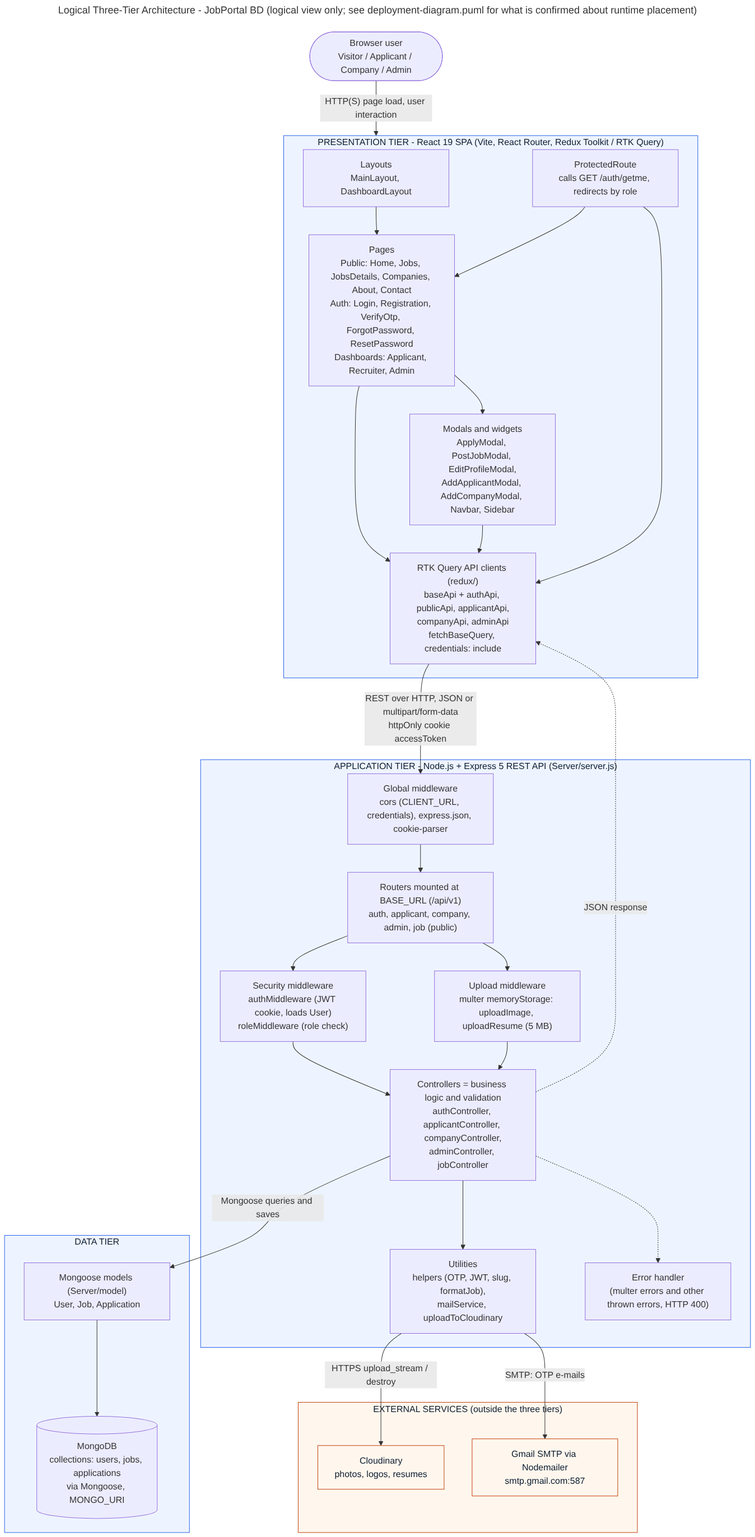
kaushikrajkamal-16/node-2601-exam keeps this Mermaid diagram as docs/diagrams/rendered/three-tier-architecture.png. Above is the earlier version. Its source is kept beside it as docs/diagrams/three-tier-architecture.mmd.
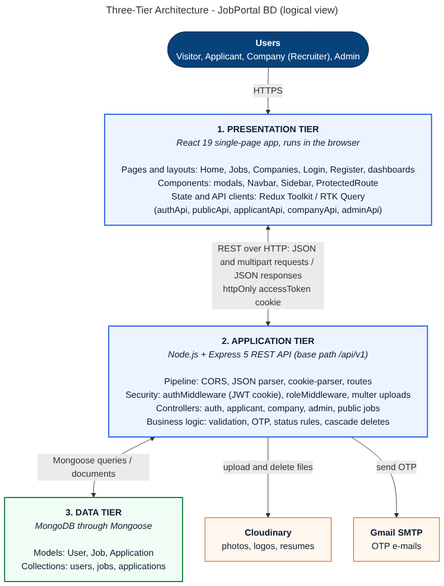
After the commit.

Commit message:
docs: redraw three-tier architecture as stacked tier blocks

Claude-Session: https://claude.ai/code/session_01LTCF9bNy6zYrqymk3HAyLm

The edit, as a diff of the source:
```diff
@@ -1,59 +1,30 @@
 ---
-title: "Logical Three-Tier Architecture - JobPortal BD (logical view only; see deployment-diagram.puml for what is confirmed about runtime placement)"
+title: "Three-Tier Architecture - JobPortal BD (logical view)"
 ---
+%%{init: {"flowchart": {"wrappingWidth": 560, "nodeSpacing": 40, "rankSpacing": 60}}}%%
 flowchart TB
-    user(["Browser user<br/>Visitor / Applicant / Company / Admin"])
+    user(["<b>Users</b><br/>Visitor, Applicant, Company (Recruiter), Admin"])
 
-    subgraph PT["PRESENTATION TIER - React 19 SPA (Vite, React Router, Redux Toolkit / RTK Query)"]
-        direction TB
-        layouts["Layouts<br/>MainLayout, DashboardLayout"]
-        guard["ProtectedRoute<br/>calls GET /auth/getme, redirects by role"]
-        pages["Pages<br/>Public: Home, Jobs, JobsDetails, Companies, About, Contact<br/>Auth: Login, Registration, VerifyOtp, ForgotPassword, ResetPassword<br/>Dashboards: Applicant, Recruiter, Admin"]
-        modals["Modals and widgets<br/>ApplyModal, PostJobModal, EditProfileModal,<br/>AddApplicantModal, AddCompanyModal, Navbar, Sidebar"]
-        rtk["RTK Query API clients (redux/)<br/>baseApi + authApi, publicApi, applicantApi,<br/>companyApi, adminApi<br/>fetchBaseQuery, credentials: include"]
-        layouts --> pages
-        guard --> pages
-        pages --> modals
-        pages --> rtk
-        modals --> rtk
-        guard --> rtk
-    end
+    pt["<b>1. PRESENTATION TIER</b><br/><i>React 19 single-page app, runs in the browser</i><br/><br/>Pages and layouts: Home, Jobs, Companies, Login, Register, dashboards<br/>Components: modals, Navbar, Sidebar, ProtectedRoute<br/>State and API clients: Redux Toolkit / RTK Query<br/>(authApi, publicApi, applicantApi, companyApi, adminApi)"]
 
-    subgraph AT["APPLICATION TIER - Node.js + Express 5 REST API (Server/server.js)"]
-        direction TB
-        mw0["Global middleware<br/>cors (CLIENT_URL, credentials), express.json, cookie-parser"]
-        router["Routers mounted at BASE_URL (/api/v1)<br/>auth, applicant, company, admin, job (public)"]
-        sec["Security middleware<br/>authMiddleware (JWT cookie, loads User)<br/>roleMiddleware (role check)"]
-        upl["Upload middleware<br/>multer memoryStorage: uploadImage, uploadResume (5 MB)"]
-        ctrl["Controllers = business logic and validation<br/>authController, applicantController, companyController,<br/>adminController, jobController"]
-        util["Utilities<br/>helpers (OTP, JWT, slug, formatJob),<br/>mailService, uploadToCloudinary"]
-        err["Error handler<br/>(multer errors and other thrown errors, HTTP 400)"]
-        mw0 --> router --> sec --> ctrl
-        router --> upl --> ctrl
-        ctrl --> util
-        ctrl -.-> err
-    end
+    at["<b>2. APPLICATION TIER</b><br/><i>Node.js + Express 5 REST API (base path /api/v1)</i><br/><br/>Pipeline: CORS, JSON parser, cookie-parser, routes<br/>Security: authMiddleware (JWT cookie), roleMiddleware, multer uploads<br/>Controllers: auth, applicant, company, admin, public jobs<br/>Business logic: validation, OTP, status rules, cascade deletes"]
 
-    subgraph DT["DATA TIER"]
-        direction TB
-        models["Mongoose models (Server/model)<br/>User, Job, Application"]
-        mongo[("MongoDB<br/>collections: users, jobs, applications<br/>via Mongoose, MONGO_URI")]
-        models --> mongo
-    end
+    dt["<b>3. DATA TIER</b><br/><i>MongoDB through Mongoose</i><br/><br/>Models: User, Job, Application<br/>Collections: users, jobs, applications"]
 
-    subgraph EXT["EXTERNAL SERVICES (outside the three tiers)"]
-        cloud["Cloudinary<br/>photos, logos, resumes"]
-        smtp["Gmail SMTP via Nodemailer<br/>smtp.gmail.com:587"]
-    end
+    cld["<b>Cloudinary</b><br/>photos, logos, resumes"]
+    smtp["<b>Gmail SMTP</b><br/>OTP e-mails"]
 
-    user -- "HTTP(S) page load, user interaction" --> PT
-    rtk -- "REST over HTTP, JSON or multipart/form-data<br/>httpOnly cookie accessToken" --> mw0
-    ctrl -- "Mongoose queries and saves" --> models
-    util -- "SMTP: OTP e-mails" --> smtp
-    util -- "HTTPS upload_stream / destroy" --> cloud
-    ctrl -. "JSON response" .-> rtk
+    user -->|"HTTPS"| pt
+    pt <-->|"REST over HTTP: JSON and multipart requests / JSON responses<br/>httpOnly accessToken cookie"| at
+    at <-->|"Mongoose queries / documents"| dt
+    at -->|"upload and delete files"| cld
+    at -->|"send OTP"| smtp
 
-    classDef tier fill:#eef4ff,stroke:#2563eb,color:#0b1c30;
+    classDef tier fill:#eef4ff,stroke:#2563eb,stroke-width:2px,color:#0b1c30;
+    classDef data fill:#f0fdf4,stroke:#15803d,stroke-width:2px,color:#0b1c30;
     classDef ext fill:#fff7ed,stroke:#c2410c,color:#0b1c30;
-    class PT,AT,DT tier;
-    class EXT,cloud,smtp ext;
+    classDef usr fill:#08427b,stroke:#052e56,color:#fff;
+    class pt,at tier;
+    class dt data;
+    class cld,smtp ext;
+    class user usr;
```
